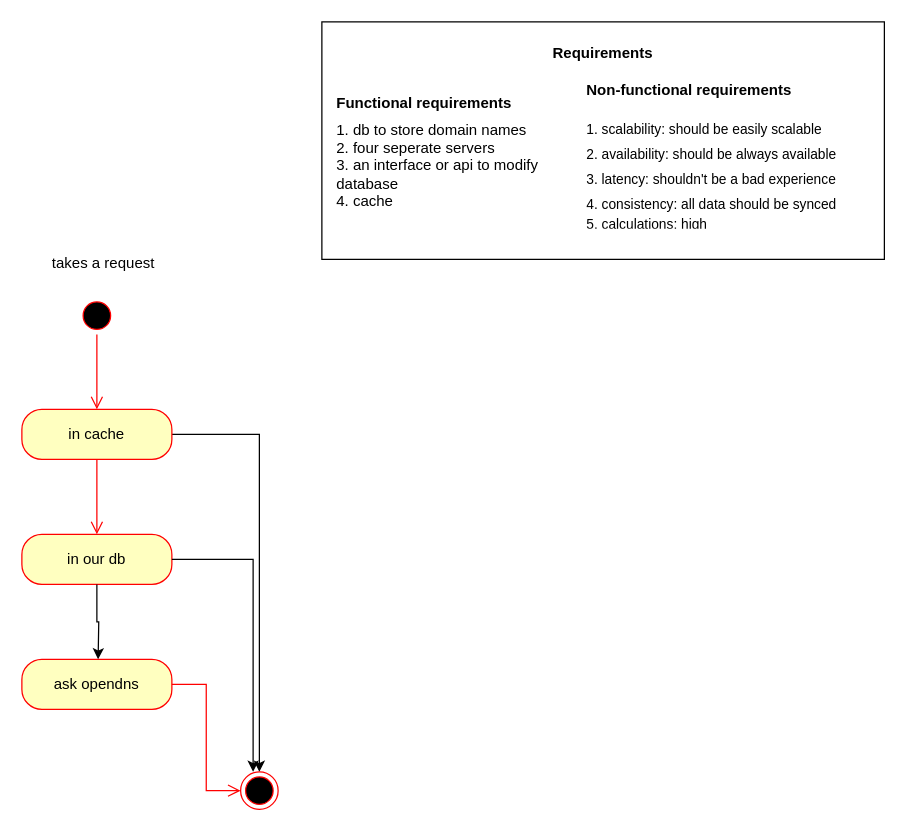
ahmed-elbehairy7/mafazaa-system-design keeps this draw.io diagram as page "high-level" (1 of 2) of ainaa.drawio. Above is the earlier version. Source tidied: cells renumbered, new cells numbered last; positions are measured from the earlier drawing's top-left corner, leaving out a move shared by most shapes. Both pictures are drawn from the tidied source at 125%, with x=0, y=0 at pixel (21, 21).
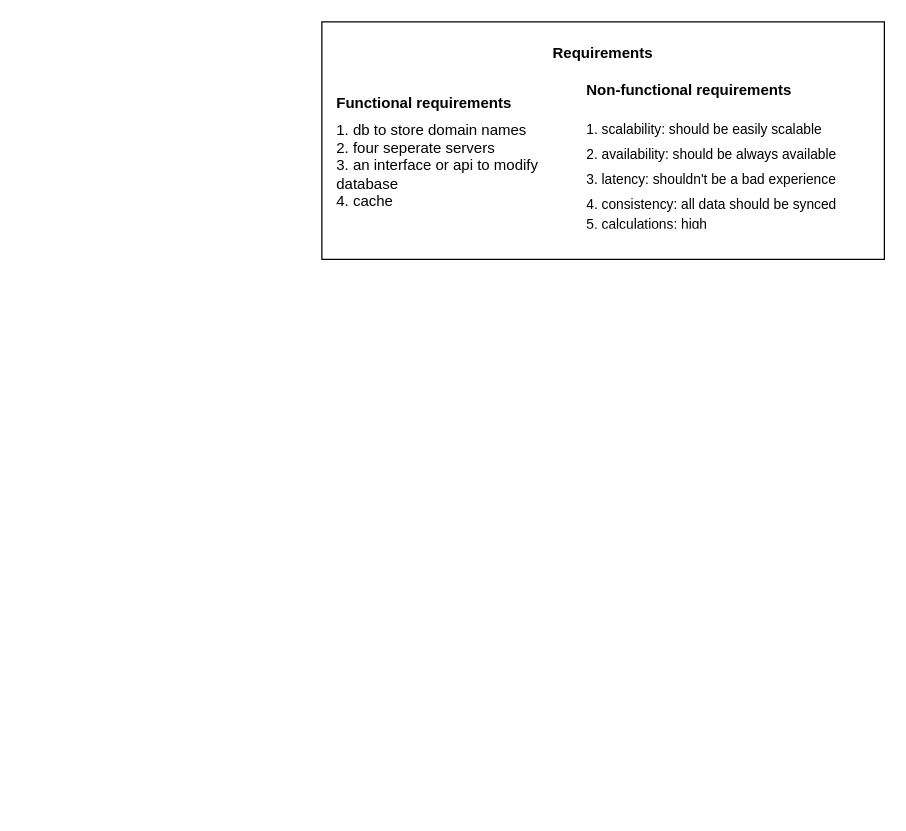
Above is the later version.

What changed in the source:
```diff
@@
-    <mxCell id="2" style="ellipse;html=1;shape=startState;fillColor=#000000;strokeColor=#ff0000;" parent="1" vertex="1">
-      <mxGeometry x="45" y="220" width="30" height="30" as="geometry" />
-    </mxCell>
-    <mxCell id="3" style="edgeStyle=orthogonalEdgeStyle;html=1;verticalAlign=bottom;endArrow=open;endSize=8;strokeColor=#ff0000;rounded=0;" parent="1" edge="1" source="2">
-      <mxGeometry relative="1" as="geometry">
-        <mxPoint x="60" y="310" as="targetPoint" />
-      </mxGeometry>
-    </mxCell>
-    <mxCell id="4" value="takes a request&lt;div&gt;&lt;br&gt;&lt;/div&gt;" style="text;html=1;align=center;verticalAlign=middle;strokeColor=none;fillColor=none;" parent="1" vertex="1">
-      <mxGeometry x="10" y="180" width="110" height="40" as="geometry" />
-    </mxCell>
-    <mxCell id="5" style="edgeStyle=orthogonalEdgeStyle;rounded=0;jettySize=auto;html=1;entryX=0.5;entryY=0;entryDx=0;entryDy=0;" parent="1" edge="1" source="6" target="8">
-      <mxGeometry relative="1" as="geometry" />
-    </mxCell>
-    <mxCell id="6" value="in cache" style="rounded=1;whiteSpace=wrap;html=1;arcSize=40;fontColor=#000000;fillColor=#ffffc0;strokeColor=#ff0000;" parent="1" vertex="1">
-      <mxGeometry y="310" width="120" height="40" as="geometry" />
-    </mxCell>
-    <mxCell id="7" style="edgeStyle=orthogonalEdgeStyle;html=1;verticalAlign=bottom;endArrow=open;endSize=8;strokeColor=#ff0000;rounded=0;" parent="1" edge="1" source="6">
-      <mxGeometry relative="1" as="geometry">
-        <mxPoint x="60" y="410" as="targetPoint" />
-      </mxGeometry>
-    </mxCell>
-    <mxCell id="8" style="ellipse;html=1;shape=endState;fillColor=#000000;strokeColor=#ff0000;" parent="1" vertex="1">
-      <mxGeometry x="175" y="600" width="30" height="30" as="geometry" />
-    </mxCell>
-    <mxCell id="9" value="in our db" style="rounded=1;whiteSpace=wrap;html=1;arcSize=40;fontColor=#000000;fillColor=#ffffc0;strokeColor=#ff0000;" parent="1" vertex="1">
-      <mxGeometry y="410" width="120" height="40" as="geometry" />
-    </mxCell>
-    <mxCell id="10" style="edgeStyle=orthogonalEdgeStyle;rounded=0;jettySize=auto;html=1;exitX=1;exitY=0.5;exitDx=0;exitDy=0;entryX=0.333;entryY=0;entryDx=0;entryDy=0;entryPerimeter=0;" parent="1" edge="1" source="9" target="8">
-      <mxGeometry relative="1" as="geometry" />
-    </mxCell>
-    <mxCell id="11" value="ask opendns" style="rounded=1;whiteSpace=wrap;html=1;arcSize=40;fontColor=#000000;fillColor=#ffffc0;strokeColor=#ff0000;" parent="1" vertex="1">
-      <mxGeometry y="510" width="120" height="40" as="geometry" />
-    </mxCell>
-    <mxCell id="12" style="edgeStyle=orthogonalEdgeStyle;html=1;verticalAlign=bottom;endArrow=open;endSize=8;strokeColor=#ff0000;rounded=0;entryX=0;entryY=0.5;entryDx=0;entryDy=0;" parent="1" edge="1" source="11" target="8">
-      <mxGeometry relative="1" as="geometry" />
-    </mxCell>
-    <mxCell id="13" style="edgeStyle=orthogonalEdgeStyle;rounded=0;jettySize=auto;html=1;" parent="1" edge="1" source="9">
-      <mxGeometry relative="1" as="geometry">
-        <mxPoint x="61" y="510" as="targetPoint" />
-      </mxGeometry>
-    </mxCell>
```
